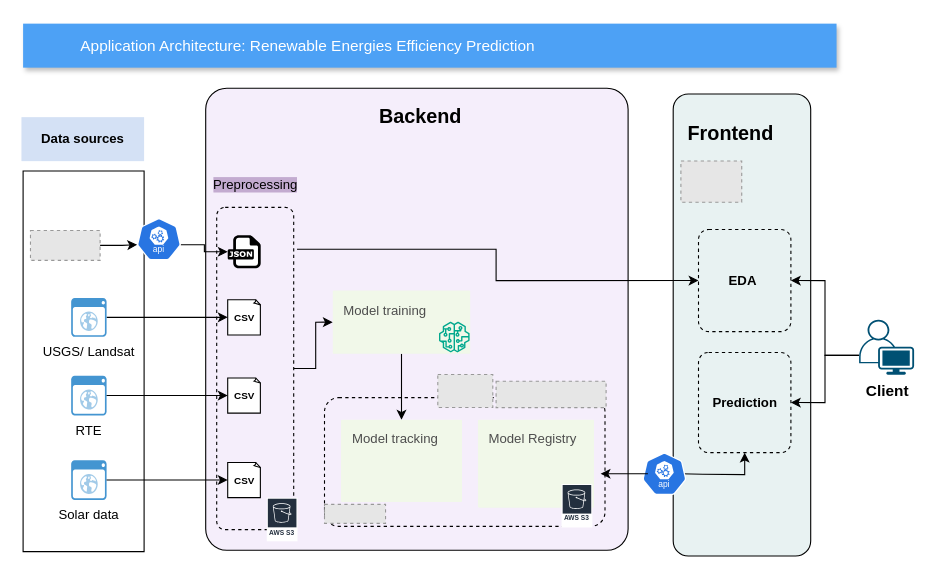
Earlier version of the draw.io diagram diagrams/architecture.drawio (Sheikoh/REnergies_efficiency_prediction). Source tidied: cells renumbered, new cells numbered last; positions are measured from the earlier drawing's top-left corner, leaving out a move shared by most shapes. Both pictures are drawn from the tidied source at 110%, with x=0, y=0 at pixel (21, 23). Pictures stored in the file or linked from it are replaced by grey dashed boxes.
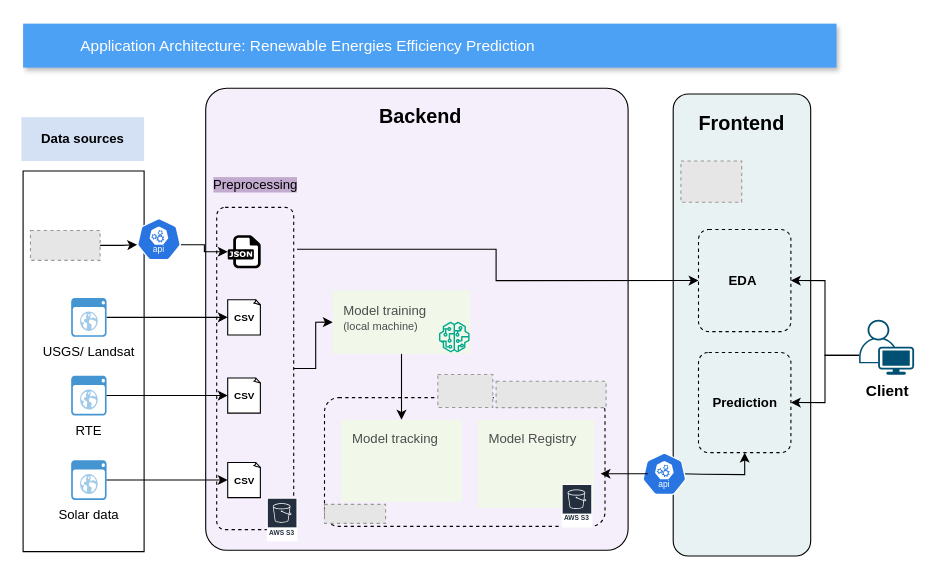
The same diagram, later.

Commit message:
testing automation of architecture diagram .svg from .drawio

What changed in the source:
```diff
@@
-    <mxCell id="8" value="&lt;font style=&quot;color: rgb(77, 77, 77);&quot;&gt;Model training&lt;/font&gt;" style="rounded=1;absoluteArcSize=1;arcSize=2;html=1;strokeColor=none;gradientColor=none;shadow=0;dashed=0;strokeColor=none;fontSize=12;fontColor=#9E9E9E;align=left;verticalAlign=top;spacing=10;spacingTop=-4;fillColor=#F1F8E9;" parent="1" vertex="1">
+    <mxCell id="8" value="&lt;font style=&quot;color: rgb(77, 77, 77);&quot;&gt;Model training&amp;nbsp;&lt;br&gt;&lt;font style=&quot;font-size: 10px;&quot;&gt;(local machine)&lt;/font&gt;&lt;/font&gt;" style="rounded=1;absoluteArcSize=1;arcSize=2;html=1;strokeColor=none;gradientColor=none;shadow=0;dashed=0;strokeColor=none;fontSize=12;fontColor=#9E9E9E;align=left;verticalAlign=top;spacing=10;spacingTop=-4;fillColor=#F1F8E9;" parent="1" vertex="1">
       <mxGeometry x="283" y="242.6" width="125" height="57.5" as="geometry" />
     </mxCell>
@@
     <mxCell id="15" value="&lt;b&gt;&lt;font style=&quot;font-size: 18px;&quot;&gt;Frontend&lt;/font&gt;&lt;/b&gt;" style="text;html=1;whiteSpace=wrap;strokeColor=none;fillColor=none;align=center;verticalAlign=middle;rounded=0;" parent="1" vertex="1">
-      <mxGeometry x="594.5" y="85" width="100" height="30" as="geometry" />
+      <mxGeometry x="604.5" y="76" width="100" height="30" as="geometry" />
     </mxCell>
```
